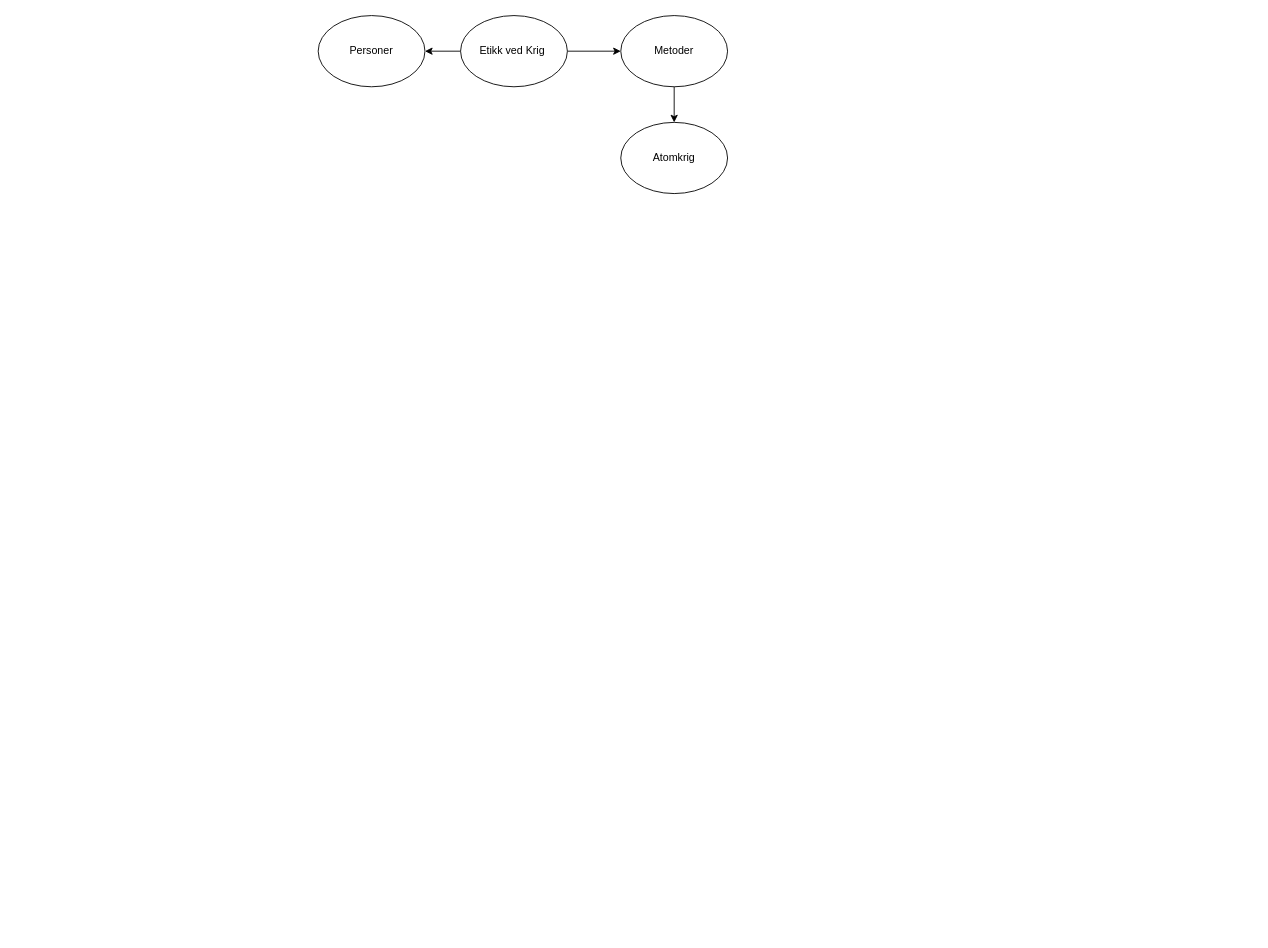
The draw.io diagram essey_tankekart_og_notater.drawio in ExtremeOptimist/test_repo_1, before the edit. Source tidied: cells renumbered, new cells numbered last; positions are measured from the earlier drawing's top-left corner, leaving out a move shared by most shapes. Both pictures are drawn from the tidied source at 89%, with x=0, y=0 at pixel (318, 15).
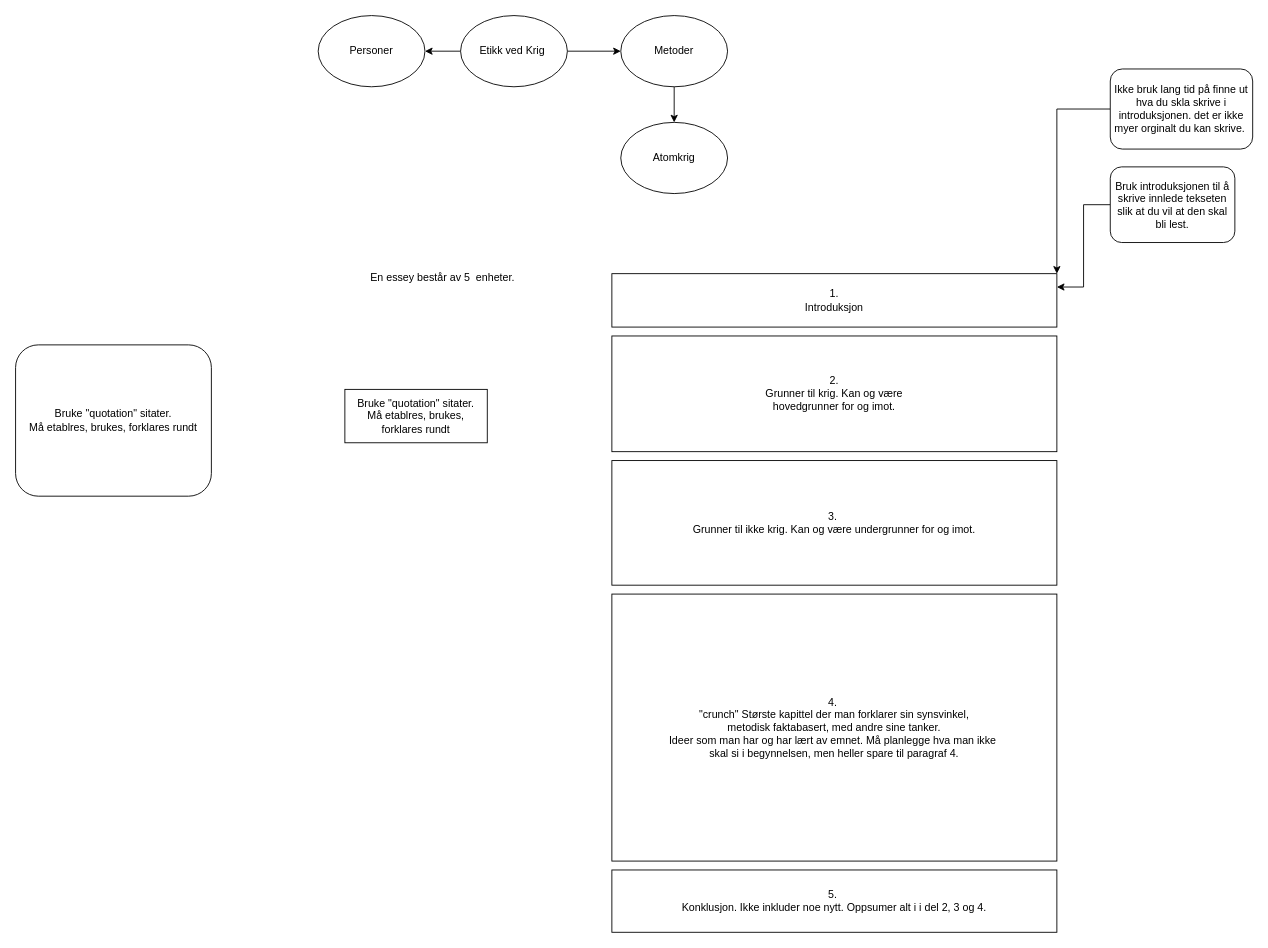
The same page after the edit.

What changed in the source:
```diff
@@
+    <mxCell id="9" value="En essey består av 5&amp;nbsp; enheter." style="text;html=1;strokeColor=none;fillColor=none;align=center;verticalAlign=middle;whiteSpace=wrap;rounded=0;" parent="1" vertex="1">
+      <mxGeometry x="30" y="240" width="220" height="110" as="geometry" />
+    </mxCell>
+    <mxCell id="10" value="1.&lt;br&gt;Introduksjon" style="rounded=0;whiteSpace=wrap;html=1;" parent="1" vertex="1">
+      <mxGeometry x="330" y="290" width="500" height="60" as="geometry" />
+    </mxCell>
+    <mxCell id="11" value="5.&amp;nbsp;&lt;br&gt;Konklusjon. Ikke inkluder noe nytt. Oppsumer alt i i del 2, 3 og 4." style="rounded=0;whiteSpace=wrap;html=1;" parent="1" vertex="1">
+      <mxGeometry x="330" y="960" width="500" height="70" as="geometry" />
+    </mxCell>
+    <mxCell id="12" value="2.&lt;br&gt;Grunner til krig. Kan og være &lt;br&gt;hovedgrunner for og imot." style="rounded=0;whiteSpace=wrap;html=1;" parent="1" vertex="1">
+      <mxGeometry x="330" y="360" width="500" height="130" as="geometry" />
+    </mxCell>
+    <mxCell id="13" value="3.&amp;nbsp;&lt;br&gt;Grunner til ikke krig. Kan og være undergrunner for og imot." style="rounded=0;whiteSpace=wrap;html=1;" parent="1" vertex="1">
+      <mxGeometry x="330" y="500" width="500" height="140" as="geometry" />
+    </mxCell>
+    <mxCell id="14" value="4.&amp;nbsp;&lt;br&gt;&quot;crunch&quot; Største kapittel der man forklarer sin synsvinkel, &lt;br&gt;metodisk faktabasert, med andre sine tanker.&lt;br&gt;Ideer som man har og har lært av emnet. Må planlegge hva man ikke&amp;nbsp;&lt;br&gt;skal si i begynnelsen, men heller spare til paragraf 4." style="rounded=0;whiteSpace=wrap;html=1;" parent="1" vertex="1">
+      <mxGeometry x="330" y="650" width="500" height="300" as="geometry" />
+    </mxCell>
+    <mxCell id="15" value="Bruke &quot;quotation&quot; sitater.&lt;br&gt;Må etablres, brukes, forklares rundt" style="rounded=1;whiteSpace=wrap;html=1;" parent="1" vertex="1">
+      <mxGeometry x="-340" y="370" width="220" height="170" as="geometry" />
+    </mxCell>
+    <mxCell id="16" value="Bruke &quot;quotation&quot; sitater.&lt;br&gt;Må etablres, brukes, forklares rundt" style="whiteSpace=wrap;html=1;" parent="1" vertex="1">
+      <mxGeometry x="30" y="420" width="160" height="60" as="geometry" />
+    </mxCell>
+    <mxCell id="17" style="edgeStyle=orthogonalEdgeStyle;rounded=0;jettySize=auto;html=1;entryX=1;entryY=0;entryDx=0;entryDy=0;" parent="1" edge="1" source="18" target="10">
+      <mxGeometry relative="1" as="geometry" />
+    </mxCell>
+    <mxCell id="18" value="Ikke bruk lang tid på finne ut hva du skla skrive i introduksjonen. det er ikke myer orginalt du kan skrive.&amp;nbsp;" style="rounded=1;whiteSpace=wrap;html=1;" parent="1" vertex="1">
+      <mxGeometry x="890" y="60" width="160" height="90" as="geometry" />
+    </mxCell>
+    <mxCell id="19" style="edgeStyle=orthogonalEdgeStyle;rounded=0;jettySize=auto;html=1;entryX=1;entryY=0.25;entryDx=0;entryDy=0;" parent="1" edge="1" source="20" target="10">
+      <mxGeometry relative="1" as="geometry" />
+    </mxCell>
+    <mxCell id="20" value="Bruk introduksjonen til å skrive innlede tekseten slik at du vil at den skal bli lest." style="rounded=1;whiteSpace=wrap;html=1;" parent="1" vertex="1">
+      <mxGeometry x="890" y="170" width="140" height="85" as="geometry" />
+    </mxCell>
```
